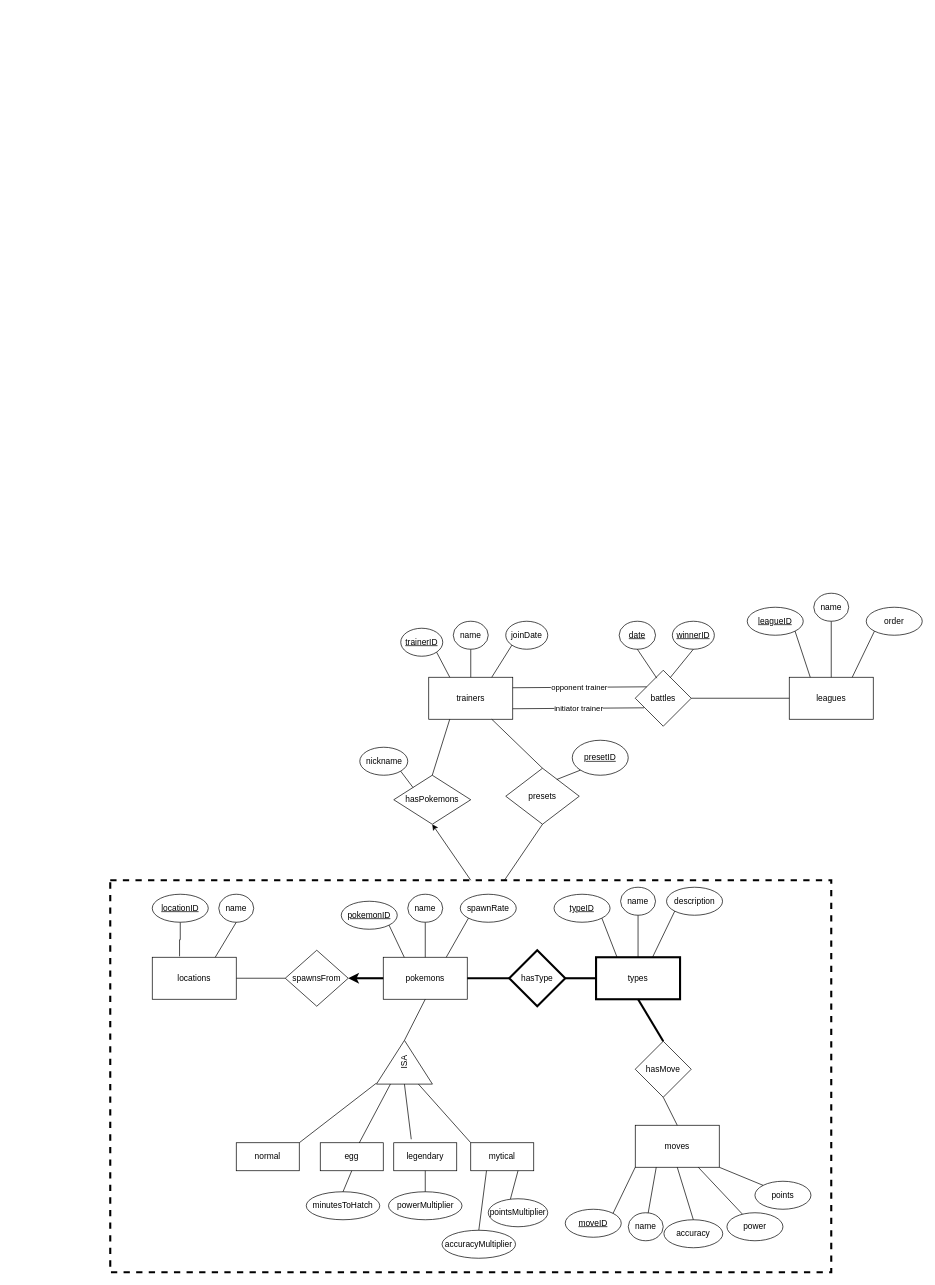
apoionuz/ceng302 keeps this draw.io diagram as pokemonDB.drawio. Above is the earlier version. Source tidied: cells renumbered, new cells numbered last; positions are measured from the earlier drawing's top-left corner, leaving out a move shared by most shapes. Both pictures are drawn from the tidied source at 70%, with x=0, y=0 at pixel (110, 593).
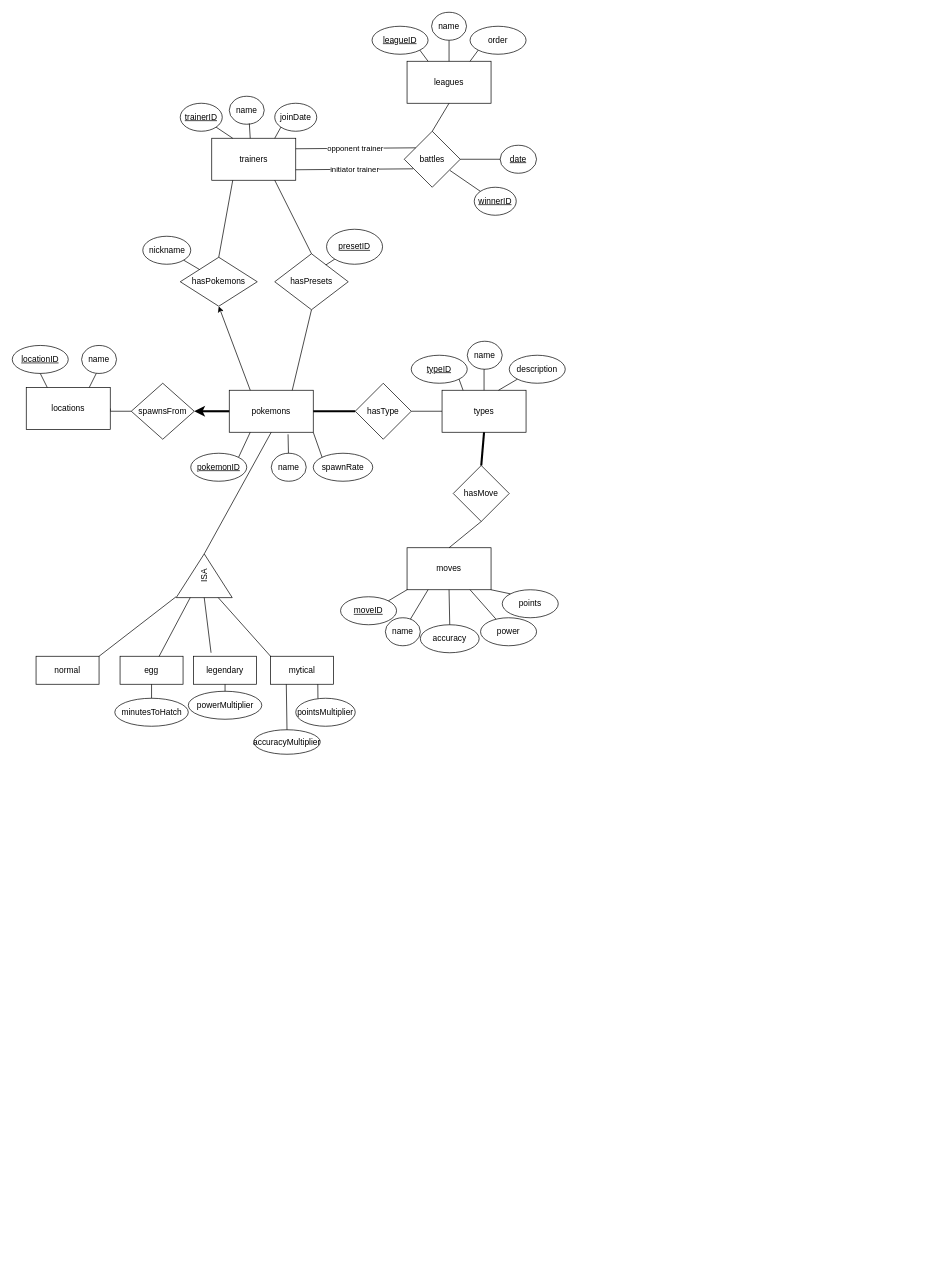
Above is the later version.

What changed in the source:
```diff
@@
     <mxCell id="2" value="trainers" style="rounded=0;whiteSpace=wrap;html=1;" parent="1" vertex="1">
-      <mxGeometry x="455" y="120" width="120" height="60" as="geometry" />
+      <mxGeometry x="145" y="-650" width="120" height="60" as="geometry" />
     </mxCell>
     <mxCell id="3" value="&lt;u&gt;trainerID&lt;/u&gt;" style="ellipse;whiteSpace=wrap;html=1;" parent="1" vertex="1">
-      <mxGeometry x="415" y="50" width="60" height="40" as="geometry" />
+      <mxGeometry x="100" y="-700" width="60" height="40" as="geometry" />
     </mxCell>
@@
-    <mxCell id="5" style="edgeStyle=orthogonalEdgeStyle;rounded=0;jettySize=auto;html=1;exitX=0.5;exitY=1;exitDx=0;exitDy=0;entryX=0.5;entryY=0;entryDx=0;entryDy=0;endArrow=none;endFill=0;" parent="1" edge="1" source="6" target="2">
-      <mxGeometry relative="1" as="geometry" />
-    </mxCell>
     <mxCell id="6" value="name" style="ellipse;whiteSpace=wrap;html=1;" parent="1" vertex="1">
-      <mxGeometry x="490" y="40" width="50" height="40" as="geometry" />
+      <mxGeometry x="170" y="-710" width="50" height="40" as="geometry" />
     </mxCell>
     <mxCell id="7" value="joinDate" style="ellipse;whiteSpace=wrap;html=1;" parent="1" vertex="1">
-      <mxGeometry x="565" y="40" width="60" height="40" as="geometry" />
+      <mxGeometry x="235" y="-700" width="60" height="40" as="geometry" />
     </mxCell>
@@
     <mxCell id="9" value="pokemons" style="rounded=0;whiteSpace=wrap;html=1;" parent="1" vertex="1">
-      <mxGeometry x="390" y="520" width="120" height="60" as="geometry" />
+      <mxGeometry x="170" y="-290" width="120" height="60" as="geometry" />
     </mxCell>
     <mxCell id="10" value="&lt;u&gt;pokemonID&lt;/u&gt;" style="ellipse;whiteSpace=wrap;html=1;" parent="1" vertex="1">
-      <mxGeometry x="330" y="440" width="80" height="40" as="geometry" />
+      <mxGeometry x="115" y="-200" width="80" height="40" as="geometry" />
     </mxCell>
-    <mxCell id="11" style="endArrow=none;html=1;rounded=0;exitX=1;exitY=1;exitDx=0;exitDy=0;entryX=0.25;entryY=0;entryDx=0;entryDy=0;" parent="1" edge="1" source="10" target="9">
+    <mxCell id="11" style="endArrow=none;html=1;rounded=0;exitX=1;exitY=0;exitDx=0;exitDy=0;entryX=0.25;entryY=1;entryDx=0;entryDy=0;" parent="1" edge="1" source="10" target="9">
       <mxGeometry relative="1" as="geometry" />
     </mxCell>
-    <mxCell id="12" style="edgeStyle=orthogonalEdgeStyle;rounded=0;jettySize=auto;html=1;exitX=0.5;exitY=1;exitDx=0;exitDy=0;entryX=0.5;entryY=0;entryDx=0;entryDy=0;endArrow=none;endFill=0;" parent="1" edge="1" source="13" target="9">
-      <mxGeometry relative="1" as="geometry" />
-    </mxCell>
     <mxCell id="13" value="name" style="ellipse;whiteSpace=wrap;html=1;" parent="1" vertex="1">
-      <mxGeometry x="425" y="430" width="50" height="40" as="geometry" />
+      <mxGeometry x="230" y="-200" width="50" height="40" as="geometry" />
     </mxCell>
     <mxCell id="14" value="spawnRate" style="ellipse;whiteSpace=wrap;html=1;" parent="1" vertex="1">
-      <mxGeometry x="500" y="430" width="80" height="40" as="geometry" />
+      <mxGeometry x="290" y="-200" width="85" height="40" as="geometry" />
     </mxCell>
-    <mxCell id="15" style="endArrow=none;html=1;rounded=0;exitX=0.75;exitY=0;exitDx=0;exitDy=0;entryX=0;entryY=1;entryDx=0;entryDy=0;" parent="1" edge="1" source="9" target="14">
+    <mxCell id="15" style="endArrow=none;html=1;rounded=0;entryX=0;entryY=0;entryDx=0;entryDy=0;exitX=1;exitY=1;exitDx=0;exitDy=0;" parent="1" edge="1" source="9" target="14">
       <mxGeometry relative="1" as="geometry" />
     </mxCell>
     <mxCell id="16" value="leagues" style="rounded=0;whiteSpace=wrap;html=1;" parent="1" vertex="1">
-      <mxGeometry x="970" y="120" width="120" height="60" as="geometry" />
+      <mxGeometry x="424" y="-760" width="120" height="60" as="geometry" />
     </mxCell>
     <mxCell id="17" value="&lt;u&gt;leagueID&lt;/u&gt;" style="ellipse;whiteSpace=wrap;html=1;" parent="1" vertex="1">
-      <mxGeometry x="910" y="20" width="80" height="40" as="geometry" />
+      <mxGeometry x="374" y="-810" width="80" height="40" as="geometry" />
     </mxCell>
@@
     <mxCell id="20" value="name" style="ellipse;whiteSpace=wrap;html=1;" parent="1" vertex="1">
-      <mxGeometry x="1005" width="50" height="40" as="geometry" />
+      <mxGeometry x="459" y="-830" width="50" height="40" as="geometry" />
     </mxCell>
     <mxCell id="21" value="order" style="ellipse;whiteSpace=wrap;html=1;" parent="1" vertex="1">
-      <mxGeometry x="1080" y="20" width="80" height="40" as="geometry" />
+      <mxGeometry x="514" y="-810" width="80" height="40" as="geometry" />
     </mxCell>
@@
-    <mxCell id="23" style="edgeStyle=orthogonalEdgeStyle;rounded=0;jettySize=auto;html=1;exitX=0;exitY=0.5;exitDx=0;exitDy=0;entryX=1;entryY=0.5;entryDx=0;entryDy=0;endArrow=none;endFill=0;strokeWidth=3;" parent="1" edge="1" source="24" target="32">
+    <mxCell id="23" style="edgeStyle=orthogonalEdgeStyle;rounded=0;jettySize=auto;html=1;exitX=0;exitY=0.5;exitDx=0;exitDy=0;entryX=1;entryY=0.5;entryDx=0;entryDy=0;endArrow=none;endFill=0;strokeWidth=1;" parent="1" edge="1" source="24" target="32">
       <mxGeometry relative="1" as="geometry" />
     </mxCell>
-    <mxCell id="24" value="types" style="rounded=0;whiteSpace=wrap;html=1;strokeWidth=3;" parent="1" vertex="1">
-      <mxGeometry x="694" y="520" width="120" height="60" as="geometry" />
+    <mxCell id="24" value="types" style="rounded=0;whiteSpace=wrap;html=1;strokeWidth=1;" parent="1" vertex="1">
+      <mxGeometry x="474" y="-290" width="120" height="60" as="geometry" />
     </mxCell>
     <mxCell id="25" value="&lt;u&gt;typeID&lt;/u&gt;" style="ellipse;whiteSpace=wrap;html=1;" parent="1" vertex="1">
-      <mxGeometry x="634" y="430" width="80" height="40" as="geometry" />
+      <mxGeometry x="430" y="-340" width="80" height="40" as="geometry" />
     </mxCell>
@@
     <mxCell id="28" value="name" style="ellipse;whiteSpace=wrap;html=1;" parent="1" vertex="1">
-      <mxGeometry x="729" y="420" width="50" height="40" as="geometry" />
+      <mxGeometry x="510" y="-360" width="50" height="40" as="geometry" />
     </mxCell>
     <mxCell id="29" value="description" style="ellipse;whiteSpace=wrap;html=1;" parent="1" vertex="1">
-      <mxGeometry x="794.7" y="420" width="80" height="40" as="geometry" />
+      <mxGeometry x="570" y="-340" width="80" height="40" as="geometry" />
     </mxCell>
     <mxCell id="30" style="endArrow=none;html=1;rounded=0;exitX=0.75;exitY=0;exitDx=0;exitDy=0;entryX=0;entryY=1;entryDx=0;entryDy=0;" parent="1" edge="1" target="29">
       <mxGeometry relative="1" as="geometry">
-        <mxPoint x="774.7" y="520" as="sourcePoint" />
+        <mxPoint x="554.7" y="-290" as="sourcePoint" />
       </mxGeometry>
     </mxCell>
@@
-    <mxCell id="32" value="hasType" style="rhombus;whiteSpace=wrap;html=1;strokeWidth=3;" parent="1" vertex="1">
-      <mxGeometry x="570" y="510" width="80" height="80" as="geometry" />
+    <mxCell id="32" value="hasType" style="rhombus;whiteSpace=wrap;html=1;strokeWidth=1;" parent="1" vertex="1">
+      <mxGeometry x="350" y="-300" width="80" height="80" as="geometry" />
     </mxCell>
     <mxCell id="33" value="moves" style="rounded=0;whiteSpace=wrap;html=1;" parent="1" vertex="1">
-      <mxGeometry x="750" y="760" width="120" height="60" as="geometry" />
+      <mxGeometry x="424" y="-65" width="120" height="60" as="geometry" />
     </mxCell>
     <mxCell id="34" value="&lt;u&gt;moveID&lt;/u&gt;" style="ellipse;whiteSpace=wrap;html=1;" parent="1" vertex="1">
-      <mxGeometry x="650" y="880" width="80" height="40" as="geometry" />
+      <mxGeometry x="329" y="5" width="80" height="40" as="geometry" />
     </mxCell>
     <mxCell id="35" value="name" style="ellipse;whiteSpace=wrap;html=1;" parent="1" vertex="1">
-      <mxGeometry x="740" y="885" width="50" height="40" as="geometry" />
+      <mxGeometry x="393" y="35" width="50" height="40" as="geometry" />
     </mxCell>
     <mxCell id="36" value="accuracy" style="ellipse;whiteSpace=wrap;html=1;" parent="1" vertex="1">
-      <mxGeometry x="791" y="895" width="84" height="40" as="geometry" />
+      <mxGeometry x="443" y="45" width="84" height="40" as="geometry" />
     </mxCell>
     <mxCell id="37" value="power" style="ellipse;whiteSpace=wrap;html=1;" parent="1" vertex="1">
-      <mxGeometry x="881" y="885" width="80" height="40" as="geometry" />
+      <mxGeometry x="529" y="35" width="80" height="40" as="geometry" />
     </mxCell>
     <mxCell id="38" value="points" style="ellipse;whiteSpace=wrap;html=1;" parent="1" vertex="1">
-      <mxGeometry x="921" y="840" width="80" height="40" as="geometry" />
+      <mxGeometry x="560" y="-5" width="80" height="40" as="geometry" />
     </mxCell>
     <mxCell id="39" value="hasMove" style="rhombus;whiteSpace=wrap;html=1;" parent="1" vertex="1">
-      <mxGeometry x="750" y="640" width="80" height="80" as="geometry" />
+      <mxGeometry x="490" y="-182.5" width="80" height="80" as="geometry" />
     </mxCell>
@@
     <mxCell id="42" value="spawnsFrom" style="rhombus;whiteSpace=wrap;html=1;" parent="1" vertex="1">
-      <mxGeometry x="250" y="510" width="90" height="80" as="geometry" />
+      <mxGeometry x="30" y="-300" width="90" height="80" as="geometry" />
     </mxCell>
     <mxCell id="43" value="locations" style="rounded=0;whiteSpace=wrap;html=1;" parent="1" vertex="1">
-      <mxGeometry x="60" y="520" width="120" height="60" as="geometry" />
+      <mxGeometry x="-120" y="-294" width="120" height="60" as="geometry" />
     </mxCell>
     <mxCell id="44" value="name" style="ellipse;whiteSpace=wrap;html=1;" parent="1" vertex="1">
-      <mxGeometry x="155" y="430" width="50" height="40" as="geometry" />
+      <mxGeometry x="-41" y="-354" width="50" height="40" as="geometry" />
     </mxCell>
-    <mxCell id="45" style="edgeStyle=orthogonalEdgeStyle;rounded=0;jettySize=auto;html=1;exitX=0.5;exitY=1;exitDx=0;exitDy=0;entryX=0.325;entryY=-0.021;entryDx=0;entryDy=0;entryPerimeter=0;strokeWidth=1;startArrow=none;startFill=0;endArrow=none;endFill=0;" parent="1" edge="1" source="46" target="43">
-      <mxGeometry relative="1" as="geometry" />
-    </mxCell>
     <mxCell id="46" value="&lt;u&gt;locationID&lt;/u&gt;" style="ellipse;whiteSpace=wrap;html=1;" parent="1" vertex="1">
-      <mxGeometry x="60" y="430" width="80" height="40" as="geometry" />
+      <mxGeometry x="-140" y="-354" width="80" height="40" as="geometry" />
     </mxCell>
-    <mxCell id="47" style="endArrow=none;html=1;rounded=0;strokeWidth=1;entryX=0.5;entryY=1;entryDx=0;entryDy=0;exitX=0.75;exitY=0;exitDx=0;exitDy=0;" parent="1" edge="1" source="43" target="44">
-      <mxGeometry relative="1" as="geometry" />
+    <mxCell id="47" style="endArrow=none;html=1;rounded=0;strokeWidth=1;exitX=0.75;exitY=0;exitDx=0;exitDy=0;" parent="1" edge="1" source="43">
+      <mxGeometry relative="1" as="geometry">
+        <mxPoint x="-20" y="-314" as="targetPoint" />
+      </mxGeometry>
     </mxCell>
@@
     <mxCell id="54" value="ISA" style="triangle;whiteSpace=wrap;html=1;rotation=-90;" parent="1" vertex="1">
-      <mxGeometry x="389" y="630" width="62.5" height="80" as="geometry" />
+      <mxGeometry x="103" y="-65" width="62.5" height="80" as="geometry" />
     </mxCell>
     <mxCell id="55" value="normal" style="rounded=0;whiteSpace=wrap;html=1;" parent="1" vertex="1">
-      <mxGeometry x="180" y="785" width="90" height="40" as="geometry" />
+      <mxGeometry x="-106" y="90" width="90" height="40" as="geometry" />
     </mxCell>
     <mxCell id="56" value="egg" style="rounded=0;whiteSpace=wrap;html=1;" parent="1" vertex="1">
-      <mxGeometry x="300" y="785" width="90" height="40" as="geometry" />
+      <mxGeometry x="14" y="90" width="90" height="40" as="geometry" />
     </mxCell>
     <mxCell id="57" value="legendary" style="rounded=0;whiteSpace=wrap;html=1;" parent="1" vertex="1">
-      <mxGeometry x="405" y="785" width="90" height="40" as="geometry" />
+      <mxGeometry x="119" y="90" width="90" height="40" as="geometry" />
     </mxCell>
     <mxCell id="58" value="mytical" style="rounded=0;whiteSpace=wrap;html=1;" parent="1" vertex="1">
-      <mxGeometry x="515" y="785" width="90" height="40" as="geometry" />
+      <mxGeometry x="229" y="90" width="90" height="40" as="geometry" />
     </mxCell>
     <mxCell id="59" style="endArrow=none;html=1;rounded=0;strokeWidth=1;exitX=1;exitY=0;exitDx=0;exitDy=0;" parent="1" edge="1" source="55">
       <mxGeometry relative="1" as="geometry">
-        <mxPoint x="380" y="700" as="targetPoint" />
+        <mxPoint x="94" y="5" as="targetPoint" />
       </mxGeometry>
     </mxCell>
@@
     <mxCell id="61" style="endArrow=none;html=1;rounded=0;strokeWidth=1;entryX=0;entryY=0.5;entryDx=0;entryDy=0;" parent="1" edge="1" target="54">
       <mxGeometry relative="1" as="geometry">
-        <mxPoint x="430" y="780" as="sourcePoint" />
+        <mxPoint x="144" y="85" as="sourcePoint" />
       </mxGeometry>
     </mxCell>
@@
     <mxCell id="63" value="minutesToHatch" style="ellipse;whiteSpace=wrap;html=1;" parent="1" vertex="1">
-      <mxGeometry x="280" y="855" width="105" height="40" as="geometry" />
+      <mxGeometry x="6.5" y="150" width="105" height="40" as="geometry" />
     </mxCell>
     <mxCell id="64" value="powerMultiplier" style="ellipse;whiteSpace=wrap;html=1;" parent="1" vertex="1">
-      <mxGeometry x="397.5" y="855" width="105" height="40" as="geometry" />
+      <mxGeometry x="111.5" y="140" width="105" height="40" as="geometry" />
     </mxCell>
     <mxCell id="65" value="accuracyMultiplier" style="ellipse;whiteSpace=wrap;html=1;" parent="1" vertex="1">
-      <mxGeometry x="474" y="910" width="105" height="40" as="geometry" />
+      <mxGeometry x="205" y="195" width="95" height="35" as="geometry" />
     </mxCell>
     <mxCell id="66" value="pointsMultiplier" style="ellipse;whiteSpace=wrap;html=1;" parent="1" vertex="1">
-      <mxGeometry x="540" y="865" width="85" height="40" as="geometry" />
+      <mxGeometry x="265" y="150" width="85" height="40" as="geometry" />
     </mxCell>
@@
-    <mxCell id="73" style="rounded=0;whiteSpace=wrap;html=1;strokeWidth=3;gradientColor=none;fillColor=none;fillStyle=auto;dashed=1;" parent="1" vertex="1">
-      <mxGeometry y="410" width="1030" height="560" as="geometry" />
-    </mxCell>
     <mxCell id="74" value="hasPokemons" style="rhombus;whiteSpace=wrap;html=1;fillStyle=auto;strokeWidth=1;fillColor=none;gradientColor=none;" parent="1" vertex="1">
-      <mxGeometry x="405" y="260" width="110" height="70" as="geometry" />
+      <mxGeometry x="100" y="-480" width="110" height="70" as="geometry" />
     </mxCell>
-    <mxCell id="75" style="endArrow=classic;html=1;rounded=0;strokeWidth=1;entryX=0.5;entryY=1;entryDx=0;entryDy=0;exitX=0.5;exitY=0;exitDx=0;exitDy=0;endFill=1;" parent="1" edge="1" source="73" target="74">
+    <mxCell id="75" style="endArrow=classic;html=1;rounded=0;strokeWidth=1;entryX=0.5;entryY=1;entryDx=0;entryDy=0;exitX=0.25;exitY=0;exitDx=0;exitDy=0;endFill=1;" parent="1" edge="1" source="9" target="74">
       <mxGeometry relative="1" as="geometry" />
     </mxCell>
@@
     <mxCell id="77" value="nickname" style="ellipse;whiteSpace=wrap;html=1;fillStyle=auto;strokeWidth=1;fillColor=none;gradientColor=none;" parent="1" vertex="1">
-      <mxGeometry x="356.5" y="220" width="68.5" height="40" as="geometry" />
+      <mxGeometry x="46.5" y="-510" width="68.5" height="40" as="geometry" />
     </mxCell>
@@
-    <mxCell id="79" value="presets" style="rhombus;whiteSpace=wrap;html=1;fillStyle=auto;strokeWidth=1;fillColor=none;gradientColor=none;" parent="1" vertex="1">
-      <mxGeometry x="565" y="250" width="105" height="80" as="geometry" />
+    <mxCell id="79" value="hasPresets" style="rhombus;whiteSpace=wrap;html=1;fillStyle=auto;strokeWidth=1;fillColor=none;gradientColor=none;" parent="1" vertex="1">
+      <mxGeometry x="235" y="-485" width="105" height="80" as="geometry" />
     </mxCell>
@@
-    <mxCell id="81" style="endArrow=none;html=1;rounded=0;strokeWidth=1;entryX=0.5;entryY=1;entryDx=0;entryDy=0;exitX=0.546;exitY=0.002;exitDx=0;exitDy=0;exitPerimeter=0;" parent="1" edge="1" source="73" target="79">
+    <mxCell id="81" style="endArrow=none;html=1;rounded=0;strokeWidth=1;entryX=0.5;entryY=1;entryDx=0;entryDy=0;exitX=0.75;exitY=0;exitDx=0;exitDy=0;" parent="1" edge="1" source="9" target="79">
       <mxGeometry relative="1" as="geometry" />
     </mxCell>
     <mxCell id="82" value="&lt;u&gt;presetID&lt;/u&gt;" style="ellipse;whiteSpace=wrap;html=1;fillStyle=auto;strokeWidth=1;fillColor=none;gradientColor=none;" parent="1" vertex="1">
-      <mxGeometry x="660" y="210" width="80" height="50" as="geometry" />
+      <mxGeometry x="309" y="-520" width="80" height="50" as="geometry" />
     </mxCell>
@@
     <mxCell id="84" value="battles" style="rhombus;whiteSpace=wrap;html=1;fillStyle=auto;strokeWidth=1;fillColor=none;gradientColor=none;" parent="1" vertex="1">
-      <mxGeometry x="750" y="110" width="80" height="80" as="geometry" />
+      <mxGeometry x="420" y="-660" width="80" height="80" as="geometry" />
     </mxCell>
@@
     <mxCell id="87" value="&lt;u&gt;date&lt;/u&gt;" style="ellipse;whiteSpace=wrap;html=1;fillStyle=auto;strokeWidth=1;fillColor=none;gradientColor=none;" parent="1" vertex="1">
-      <mxGeometry x="727" y="40" width="52" height="40" as="geometry" />
+      <mxGeometry x="557" y="-640" width="52" height="40" as="geometry" />
     </mxCell>
     <mxCell id="88" value="&lt;u&gt;winnerID&lt;/u&gt;" style="ellipse;whiteSpace=wrap;html=1;fillStyle=auto;strokeWidth=1;fillColor=none;gradientColor=none;" parent="1" vertex="1">
-      <mxGeometry x="803" y="40" width="60" height="40" as="geometry" />
+      <mxGeometry x="520" y="-580" width="60" height="40" as="geometry" />
     </mxCell>
-    <mxCell id="89" style="endArrow=none;html=1;rounded=0;strokeWidth=1;exitX=1;exitY=0.5;exitDx=0;exitDy=0;entryX=0;entryY=0.5;entryDx=0;entryDy=0;" parent="1" edge="1" source="84" target="16">
-      <mxGeometry relative="1" as="geometry" />
-    </mxCell>
-    <mxCell id="90" style="endArrow=none;html=1;rounded=0;strokeWidth=1;entryX=0.385;entryY=0.142;entryDx=0;entryDy=0;entryPerimeter=0;exitX=0.5;exitY=1;exitDx=0;exitDy=0;" parent="1" edge="1" source="87" target="84">
+    <mxCell id="90" style="endArrow=none;html=1;rounded=0;strokeWidth=1;entryX=1;entryY=0.5;entryDx=0;entryDy=0;exitX=0;exitY=0.5;exitDx=0;exitDy=0;" parent="1" edge="1" source="87" target="84">
       <mxGeometry relative="1" as="geometry" />
     </mxCell>
-    <mxCell id="91" style="endArrow=none;html=1;rounded=0;strokeWidth=1;exitX=0.625;exitY=0.131;exitDx=0;exitDy=0;exitPerimeter=0;entryX=0.5;entryY=1;entryDx=0;entryDy=0;" parent="1" edge="1" source="84" target="88">
+    <mxCell id="91" style="endArrow=none;html=1;rounded=0;strokeWidth=1;exitX=0.816;exitY=0.7;exitDx=0;exitDy=0;exitPerimeter=0;entryX=0;entryY=0;entryDx=0;entryDy=0;" parent="1" edge="1" source="84" target="88">
       <mxGeometry relative="1" as="geometry" />
     </mxCell>
+    <mxCell id="92" style="endArrow=none;html=1;rounded=0;exitX=0.7;exitY=1.05;exitDx=0;exitDy=0;exitPerimeter=0;" parent="1" edge="1" source="9" target="13">
+      <mxGeometry relative="1" as="geometry" />
+    </mxCell>
+    <mxCell id="93" style="endArrow=none;html=1;rounded=0;exitX=0.458;exitY=0;exitDx=0;exitDy=0;entryX=0.574;entryY=0.973;entryDx=0;entryDy=0;entryPerimeter=0;exitPerimeter=0;" parent="1" edge="1" source="2" target="6">
+      <mxGeometry relative="1" as="geometry" />
+    </mxCell>
+    <mxCell id="94" style="endArrow=none;html=1;rounded=0;strokeWidth=1;entryX=0.5;entryY=1;entryDx=0;entryDy=0;exitX=0.25;exitY=0;exitDx=0;exitDy=0;" parent="1" edge="1" source="43" target="46">
+      <mxGeometry relative="1" as="geometry" />
+    </mxCell>
+    <mxCell id="89" style="endArrow=none;html=1;rounded=0;strokeWidth=1;entryX=0.5;entryY=1;entryDx=0;entryDy=0;exitX=0.5;exitY=0;exitDx=0;exitDy=0;" parent="1" edge="1" source="84" target="16">
+      <mxGeometry relative="1" as="geometry" />
+    </mxCell>
```
